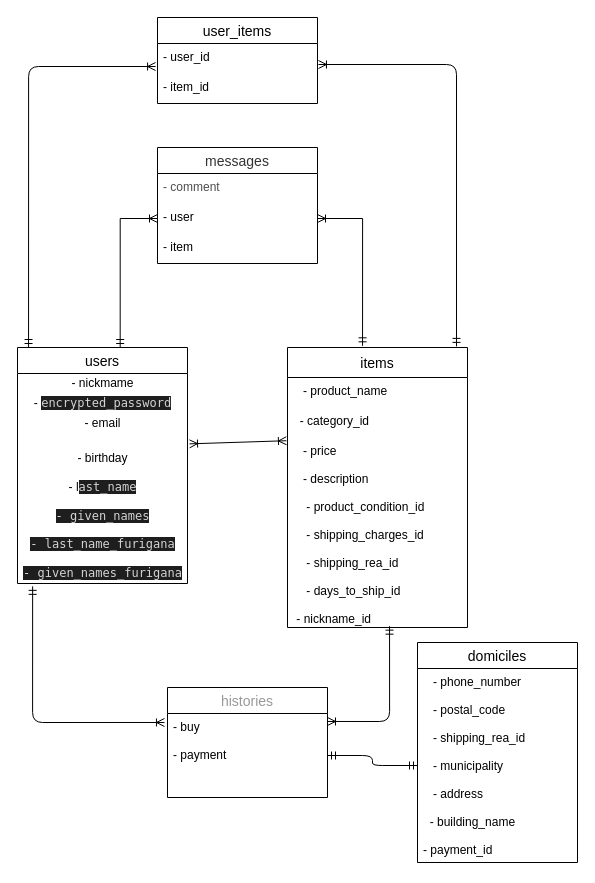
kood-kood/furima-34573 keeps this draw.io diagram as furima.dio. Above is the earlier version. Source tidied: cells renumbered, new cells numbered last; positions are measured from the earlier drawing's top-left corner, leaving out a move shared by most shapes. Both pictures are drawn from the tidied source at 100%, with x=0, y=0 at pixel (17, 17).
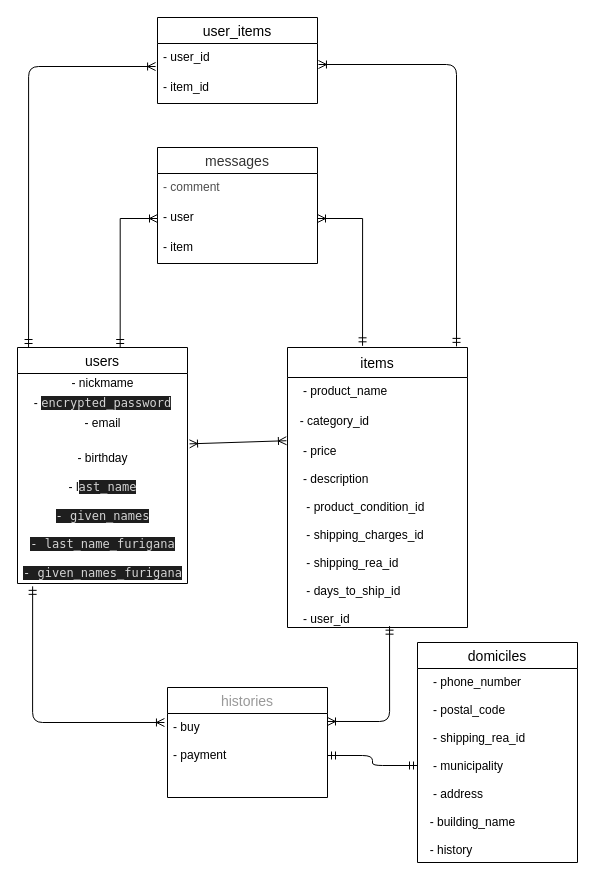
The same page after the edit.

Commit message (it also covers changes not shown here):
16回目のデータベース設計

Unchanged cells that the change refers to:
```xml
<mxCell id="7" value="items" style="swimlane;fontStyle=0;horizontal=1;startSize=30;align=center;fontSize=14;" parent="1" vertex="1">
  <mxGeometry x="270" y="330" width="180" height="280" as="geometry" />
</mxCell>
<mxCell id="13" value="domiciles" style="swimlane;fontStyle=0;horizontal=1;startSize=26;align=center;fontSize=14;" parent="1" vertex="1">
  <mxGeometry x="400" y="625" width="160" height="220" as="geometry" />
</mxCell>
```

Change to the diagram source:
```diff
@@
-    <mxCell id="10" value="   - price&#10;&#10;   - description&#10;&#10;    - product_condition_id&#10;&#10;    - shipping_charges_id&#10;&#10;    - shipping_rea_id&#10;&#10;    - days_to_ship_id&#10;&#10; - nickname_id&#10;" style="text;strokeColor=none;fillColor=none;spacingLeft=4;spacingRight=4;overflow=hidden;points=[[0,0.5],[1,0.5]];portConstraint=eastwest;fontSize=12;" parent="7" vertex="1">
+    <mxCell id="10" value="   - price&#10;&#10;   - description&#10;&#10;    - product_condition_id&#10;&#10;    - shipping_charges_id&#10;&#10;    - shipping_rea_id&#10;&#10;    - days_to_ship_id&#10;&#10;   - user_id&#10;" style="text;strokeColor=none;fillColor=none;spacingLeft=4;spacingRight=4;overflow=hidden;points=[[0,0.5],[1,0.5]];portConstraint=eastwest;fontSize=12;" parent="7" vertex="1">
       <mxGeometry y="90" width="180" height="190" as="geometry" />
     </mxCell>
@@
-    <mxCell id="14" value="   - phone_number&#10;&#10;   - postal_code&#10;&#10;   - shipping_rea_id&#10;&#10;   - municipality&#10;&#10;   - address &#10;&#10;  - building_name&#10;&#10;- payment_id" style="text;strokeColor=none;fillColor=none;spacingLeft=4;spacingRight=4;overflow=hidden;points=[[0,0.5],[1,0.5]];portConstraint=eastwest;fontSize=12;" parent="13" vertex="1">
+    <mxCell id="14" value="   - phone_number&#10;&#10;   - postal_code&#10;&#10;   - shipping_rea_id&#10;&#10;   - municipality&#10;&#10;   - address &#10;&#10;  - building_name&#10;&#10;  - history" style="text;strokeColor=none;fillColor=none;spacingLeft=4;spacingRight=4;overflow=hidden;points=[[0,0.5],[1,0.5]];portConstraint=eastwest;fontSize=12;" parent="13" vertex="1">
       <mxGeometry y="26" width="160" height="194" as="geometry" />
     </mxCell>
```
